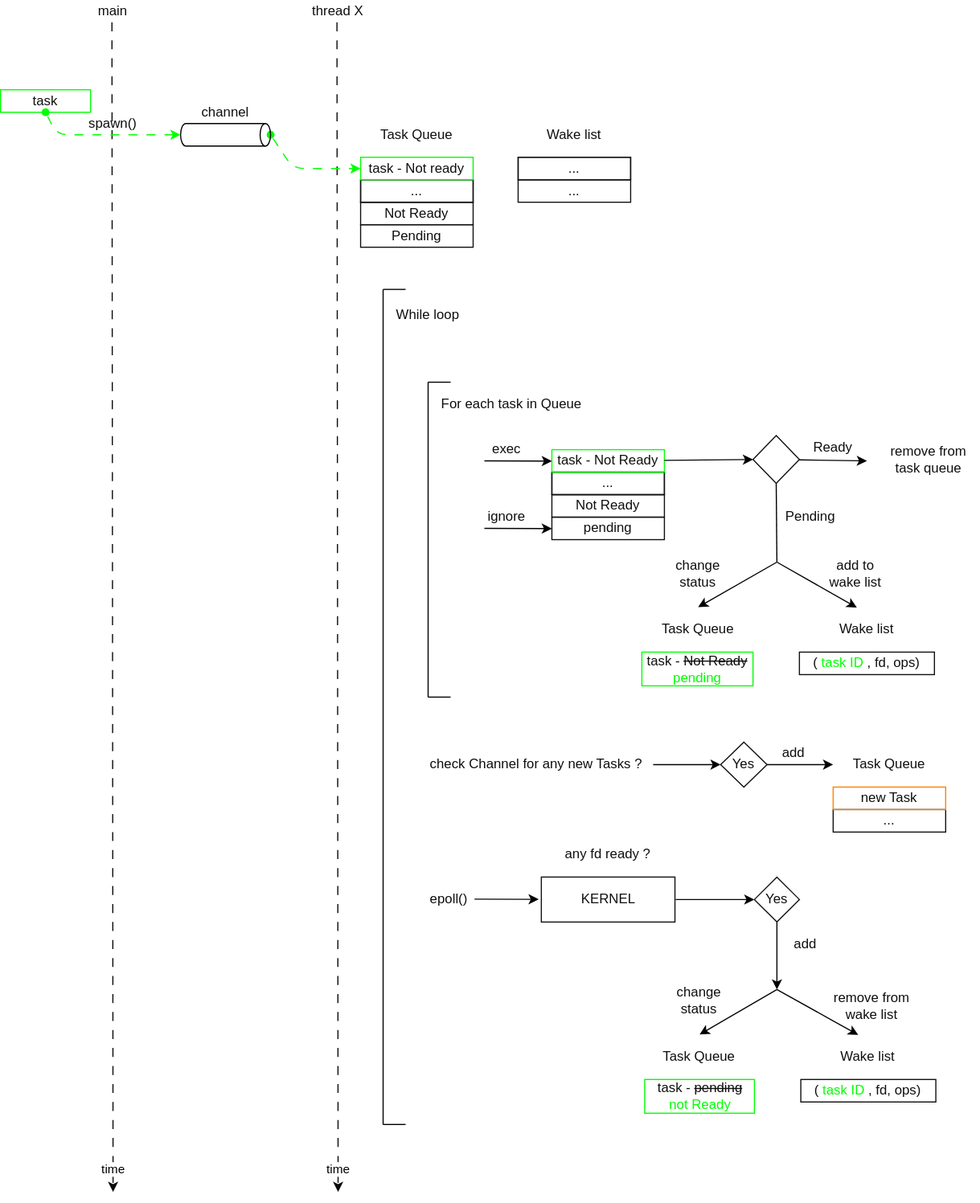
Before: docs/rust/async/images/runtime.drawio.svg, a diagram exported from draw.io (htgithub194/self-study). Source tidied: cells renumbered, new cells last; positions are measured from the earlier drawing's top-left corner, leaving out a move shared by most shapes.
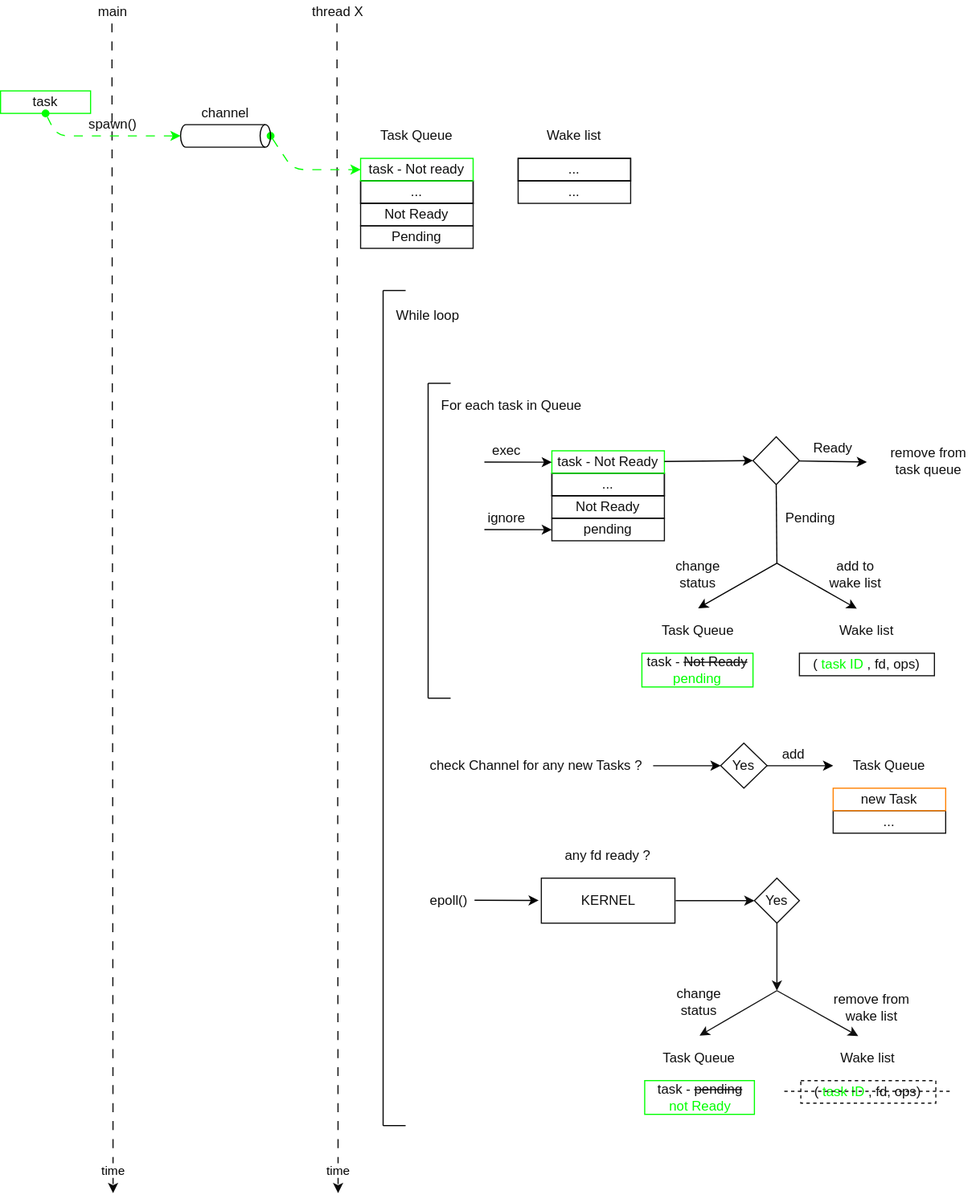
The same diagram one commit later.

What changed in the source:
```diff
@@ -242,7 +242,7 @@
     <mxCell id="65" value="KERNEL" style="rounded=0;whiteSpace=wrap;html=1;strokeColor=light-dark(#0F0F0F,#F0F0F0);align=center;verticalAlign=middle;fontFamily=Helvetica;fontSize=12;fontColor=light-dark(#0F0F0F,#F0F0F0);fillColor=none;gradientColor=none;" parent="1" vertex="1">
       <mxGeometry x="480.6" y="780" width="118.8" height="40" as="geometry" />
     </mxCell>
-    <mxCell id="66" style="edgeStyle=none;html=1;fontFamily=Helvetica;fontSize=12;fontColor=light-dark(#0F0F0F,#F0F0F0);exitX=0.5;exitY=1;exitDx=0;exitDy=0;" parent="1" edge="1" source="67">
+    <mxCell id="66" style="edgeStyle=none;html=1;fontFamily=Helvetica;fontSize=12;fontColor=light-dark(#0F0F0F,#F0F0F0);exitX=0.5;exitY=1;exitDx=0;exitDy=0;strokeColor=light-dark(#0F0F0F,#F0F0F0);" parent="1" edge="1" source="67">
       <mxGeometry relative="1" as="geometry">
         <mxPoint x="690" y="880" as="targetPoint" />
       </mxGeometry>
@@ -250,32 +250,29 @@
     <mxCell id="67" value="Yes" style="rhombus;whiteSpace=wrap;html=1;rounded=0;strokeColor=light-dark(#0F0F0F,#F0F0F0);align=center;verticalAlign=middle;fontFamily=Helvetica;fontSize=12;fontColor=light-dark(#0F0F0F,#F0F0F0);fillColor=none;gradientColor=none;" parent="1" vertex="1">
       <mxGeometry x="670" y="780" width="40" height="40" as="geometry" />
     </mxCell>
-    <mxCell id="68" style="edgeStyle=none;html=1;fontFamily=Helvetica;fontSize=12;fontColor=light-dark(#0F0F0F,#F0F0F0);entryX=0;entryY=0.5;entryDx=0;entryDy=0;" parent="1" edge="1" target="67">
+    <mxCell id="68" style="edgeStyle=none;html=1;fontFamily=Helvetica;fontSize=12;fontColor=light-dark(#0F0F0F,#F0F0F0);entryX=0;entryY=0.5;entryDx=0;entryDy=0;strokeColor=light-dark(#0F0F0F,#F0F0F0);" parent="1" edge="1" target="67">
       <mxGeometry relative="1" as="geometry">
         <mxPoint x="600" y="800" as="sourcePoint" />
       </mxGeometry>
     </mxCell>
-    <mxCell id="69" value="add" style="text;html=1;align=center;verticalAlign=middle;whiteSpace=wrap;rounded=0;fontColor=light-dark(#0F0F0F,#F0F0F0);rotation=0;" parent="1" vertex="1">
-      <mxGeometry x="690.6" y="830" width="49.4" height="20" as="geometry" />
-    </mxCell>
     <mxCell id="70" value="Task Queue" style="text;html=1;align=center;verticalAlign=middle;whiteSpace=wrap;rounded=0;fontColor=light-dark(#0F0F0F,#F0F0F0);rotation=0;" parent="1" vertex="1">
       <mxGeometry x="571.2" y="920" width="100" height="40" as="geometry" />
     </mxCell>
     <mxCell id="71" value="Wake list" style="text;html=1;align=center;verticalAlign=middle;whiteSpace=wrap;rounded=0;fontColor=light-dark(#0F0F0F,#F0F0F0);rotation=0;" parent="1" vertex="1">
       <mxGeometry x="711.2" y="920" width="120" height="40" as="geometry" />
     </mxCell>
-    <mxCell id="72" value="&lt;font style=&quot;color: light-dark(rgb(15, 15, 15), rgb(240, 240, 240));&quot;&gt;(&lt;/font&gt;&lt;font style=&quot;color: light-dark(rgb(0, 255, 0), rgb(0, 255, 0));&quot;&gt;task ID&lt;/font&gt;, &lt;font style=&quot;color: light-dark(rgb(15, 15, 15), rgb(240, 240, 240));&quot;&gt;fd, ops)&lt;/font&gt;" style="rounded=0;whiteSpace=wrap;html=1;strokeColor=light-dark(#0F0F0F,#F0F0F0);align=center;verticalAlign=middle;fontFamily=Helvetica;fontSize=12;fontColor=light-dark(#0F0F0F,#F0F0F0);fillColor=none;gradientColor=none;" parent="1" vertex="1">
+    <mxCell id="72" value="&lt;font style=&quot;color: light-dark(rgb(15, 15, 15), rgb(240, 240, 240));&quot;&gt;(&lt;/font&gt;&lt;font style=&quot;color: light-dark(rgb(0, 255, 0), rgb(0, 255, 0));&quot;&gt;task ID&lt;/font&gt;, &lt;font style=&quot;color: light-dark(rgb(15, 15, 15), rgb(240, 240, 240));&quot;&gt;fd, ops)&lt;/font&gt;" style="rounded=0;whiteSpace=wrap;html=1;strokeColor=light-dark(#0F0F0F,#F0F0F0);align=center;verticalAlign=middle;fontFamily=Helvetica;fontSize=12;fontColor=light-dark(#0F0F0F,#F0F0F0);fillColor=none;gradientColor=none;dashed=1;" parent="1" vertex="1">
       <mxGeometry x="711.2" y="960" width="120" height="20" as="geometry" />
     </mxCell>
     <mxCell id="73" value="task -&amp;nbsp;&lt;strike&gt;pending&lt;/strike&gt;&lt;br&gt;&lt;font style=&quot;color: light-dark(rgb(0, 255, 0), rgb(0, 255, 0));&quot;&gt;not Ready&lt;/font&gt;" style="rounded=0;whiteSpace=wrap;html=1;strokeColor=light-dark(#00FF00,#00FF00);align=center;verticalAlign=middle;fontFamily=Helvetica;fontSize=12;fontColor=light-dark(#0F0F0F,#F0F0F0);fillColor=none;gradientColor=none;" parent="1" vertex="1">
       <mxGeometry x="572.5" y="960" width="97.5" height="30" as="geometry" />
     </mxCell>
-    <mxCell id="74" style="edgeStyle=none;html=1;fontFamily=Helvetica;fontSize=12;fontColor=light-dark(#0F0F0F,#F0F0F0);endArrow=classic;endFill=1;entryX=0.5;entryY=0;entryDx=0;entryDy=0;" parent="1" edge="1" target="70">
+    <mxCell id="74" style="edgeStyle=none;html=1;fontFamily=Helvetica;fontSize=12;fontColor=light-dark(#0F0F0F,#F0F0F0);endArrow=classic;endFill=1;entryX=0.5;entryY=0;entryDx=0;entryDy=0;strokeColor=light-dark(#0F0F0F,#F0F0F0);" parent="1" edge="1" target="70">
       <mxGeometry relative="1" as="geometry">
         <mxPoint x="690" y="880" as="sourcePoint" />
       </mxGeometry>
     </mxCell>
-    <mxCell id="75" style="edgeStyle=none;html=1;fontFamily=Helvetica;fontSize=12;fontColor=light-dark(#0F0F0F,#F0F0F0);endArrow=classic;endFill=1;entryX=0.425;entryY=0.009;entryDx=0;entryDy=0;entryPerimeter=0;" parent="1" edge="1" target="71">
+    <mxCell id="75" style="edgeStyle=none;html=1;fontFamily=Helvetica;fontSize=12;fontColor=light-dark(#0F0F0F,#F0F0F0);endArrow=classic;endFill=1;entryX=0.425;entryY=0.009;entryDx=0;entryDy=0;entryPerimeter=0;strokeColor=light-dark(#0F0F0F,#F0F0F0);" parent="1" edge="1" target="71">
       <mxGeometry relative="1" as="geometry">
         <mxPoint x="690" y="880" as="sourcePoint" />
       </mxGeometry>
@@ -294,5 +291,11 @@
     <mxCell id="79" value="any fd ready ?" style="text;html=1;align=center;verticalAlign=middle;whiteSpace=wrap;rounded=0;fontColor=light-dark(#0F0F0F,#F0F0F0);rotation=0;" parent="1" vertex="1">
       <mxGeometry x="480" y="740" width="120" height="40" as="geometry" />
     </mxCell>
+    <mxCell id="80" style="edgeStyle=none;html=1;fontFamily=Helvetica;fontSize=12;fontColor=light-dark(#0F0F0F,#F0F0F0);endArrow=none;endFill=0;strokeColor=light-dark(#0F0F0F,#F0F0F0);dashed=1;" parent="1" edge="1">
+      <mxGeometry relative="1" as="geometry">
+        <mxPoint x="696.6" y="969.5" as="sourcePoint" />
+        <mxPoint x="845.9" y="969.5" as="targetPoint" />
+      </mxGeometry>
+    </mxCell>
   </root>
 </mxGraphModel>
```
